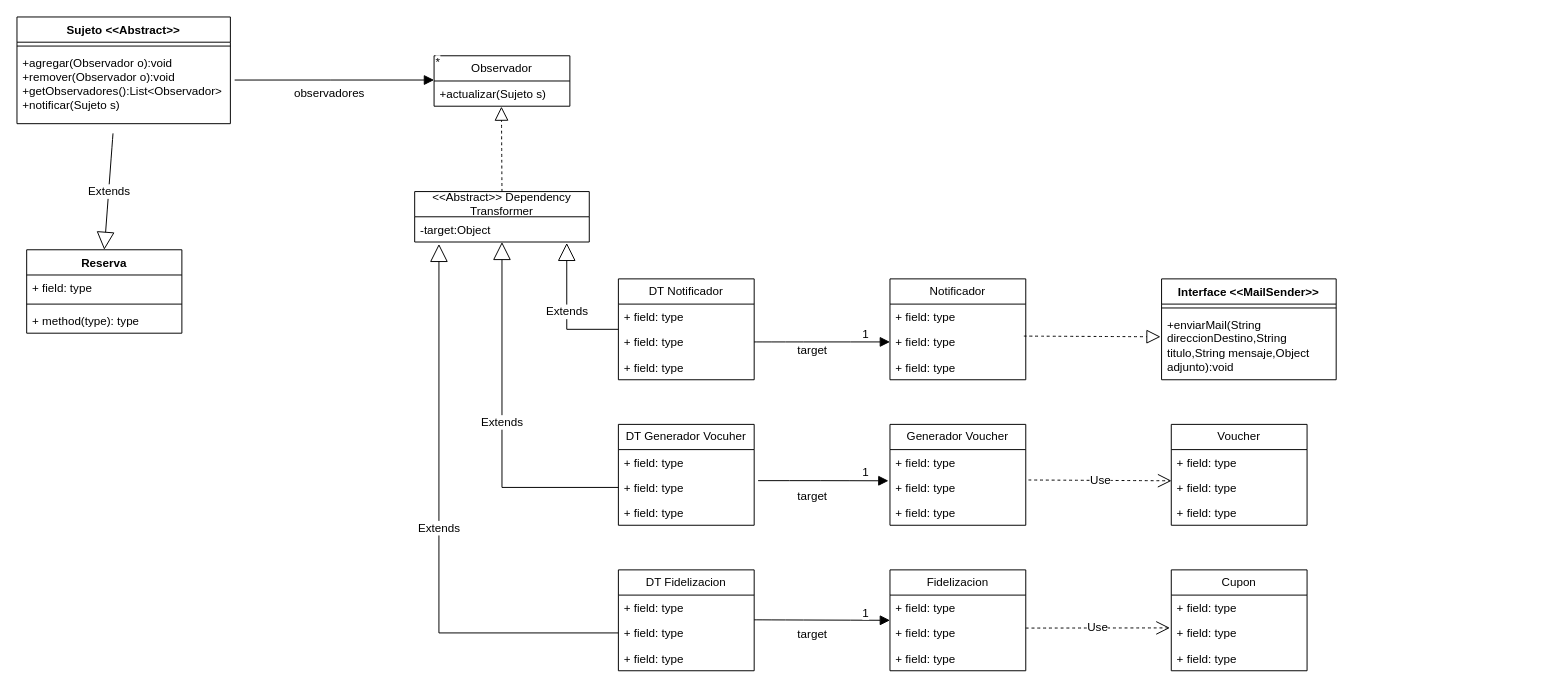
The draw.io diagram UML/2.5 notificaciones de la reserva.drawio in MartinianoOliveto/po2-integrador, before the edit. Source tidied: cells renumbered, new cells numbered last; positions are measured from the earlier drawing's top-left corner, leaving out a move shared by most shapes. Both pictures are drawn from the tidied source at 97%, with x=0, y=0 at pixel (16, 16).
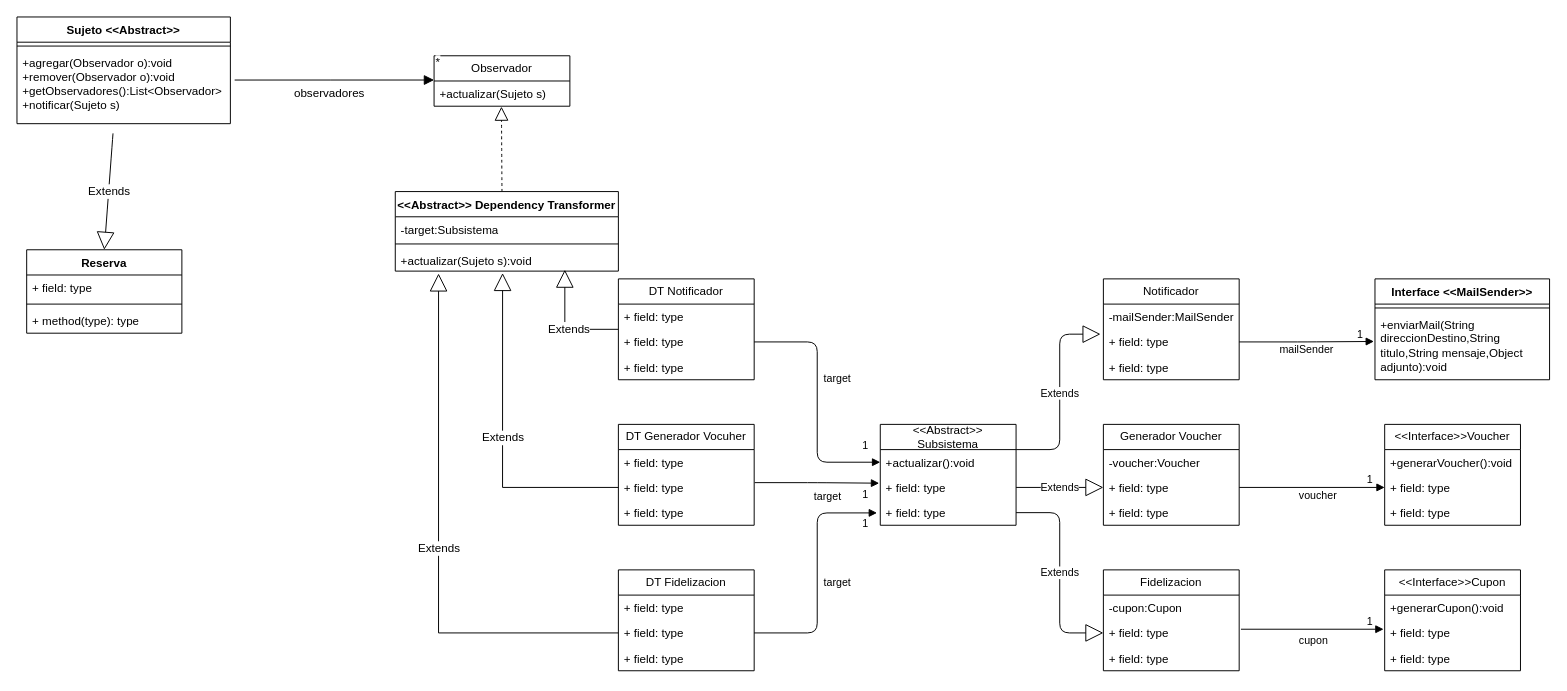
The same diagram, later.

Commit message:
mas refactor uml

Unchanged cells that the change refers to:
```xml
<mxCell id="11" value="+actualizar(Sujeto s)" style="text;strokeColor=none;fillColor=none;align=left;verticalAlign=top;spacingLeft=4;spacingRight=4;overflow=hidden;points=[[0,0.5],[1,0.5]];portConstraint=eastwest;whiteSpace=wrap;html=1;" parent="10" vertex="1">
  <mxGeometry y="26" width="140" height="26" as="geometry" />
</mxCell>
<mxCell id="17" value="DT Notificador" style="swimlane;fontStyle=0;horizontal=1;startSize=26;fillColor=none;whiteSpace=wrap;html=1;" parent="1" vertex="1">
  <mxGeometry x="620" y="270" width="140" height="104" as="geometry" />
</mxCell>
<mxCell id="19" value="+ field: type" style="text;strokeColor=none;fillColor=none;align=left;verticalAlign=top;spacingLeft=4;spacingRight=4;overflow=hidden;points=[[0,0.5],[1,0.5]];portConstraint=eastwest;whiteSpace=wrap;html=1;" parent="17" vertex="1">
  <mxGeometry y="52" width="140" height="26" as="geometry" />
</mxCell>
<mxCell id="23" value="+ field: type" style="text;strokeColor=none;fillColor=none;align=left;verticalAlign=top;spacingLeft=4;spacingRight=4;overflow=hidden;points=[[0,0.5],[1,0.5]];portConstraint=eastwest;whiteSpace=wrap;html=1;" parent="21" vertex="1">
  <mxGeometry y="52" width="140" height="26" as="geometry" />
</mxCell>
<mxCell id="27" value="+ field: type" style="text;strokeColor=none;fillColor=none;align=left;verticalAlign=top;spacingLeft=4;spacingRight=4;overflow=hidden;points=[[0,0.5],[1,0.5]];portConstraint=eastwest;whiteSpace=wrap;html=1;" parent="25" vertex="1">
  <mxGeometry y="52" width="140" height="26" as="geometry" />
</mxCell>
<mxCell id="34" value="+ field: type" style="text;strokeColor=none;fillColor=none;align=left;verticalAlign=top;spacingLeft=4;spacingRight=4;overflow=hidden;points=[[0,0.5],[1,0.5]];portConstraint=eastwest;whiteSpace=wrap;html=1;" parent="32" vertex="1">
  <mxGeometry y="52" width="140" height="26" as="geometry" />
</mxCell>
<mxCell id="38" value="+ field: type" style="text;strokeColor=none;fillColor=none;align=left;verticalAlign=top;spacingLeft=4;spacingRight=4;overflow=hidden;points=[[0,0.5],[1,0.5]];portConstraint=eastwest;whiteSpace=wrap;html=1;" parent="36" vertex="1">
  <mxGeometry y="52" width="140" height="26" as="geometry" />
</mxCell>
<mxCell id="42" value="+ field: type" style="text;strokeColor=none;fillColor=none;align=left;verticalAlign=top;spacingLeft=4;spacingRight=4;overflow=hidden;points=[[0,0.5],[1,0.5]];portConstraint=eastwest;whiteSpace=wrap;html=1;" parent="40" vertex="1">
  <mxGeometry y="52" width="140" height="26" as="geometry" />
</mxCell>
<mxCell id="52" value="+enviarMail(String direccionDestino,String titulo,String mensaje,Object adjunto):void" style="text;strokeColor=none;fillColor=none;align=left;verticalAlign=top;spacingLeft=4;spacingRight=4;overflow=hidden;points=[[0,0.5],[1,0.5]];portConstraint=eastwest;whiteSpace=wrap;html=1;" parent="50" vertex="1">
  <mxGeometry y="34" width="180" height="70" as="geometry" />
</mxCell>
<mxCell id="56" value="+ field: type" style="text;strokeColor=none;fillColor=none;align=left;verticalAlign=top;spacingLeft=4;spacingRight=4;overflow=hidden;points=[[0,0.5],[1,0.5]];portConstraint=eastwest;whiteSpace=wrap;html=1;" parent="54" vertex="1">
  <mxGeometry y="52" width="140" height="26" as="geometry" />
</mxCell>
<mxCell id="60" value="+ field: type" style="text;strokeColor=none;fillColor=none;align=left;verticalAlign=top;spacingLeft=4;spacingRight=4;overflow=hidden;points=[[0,0.5],[1,0.5]];portConstraint=eastwest;whiteSpace=wrap;html=1;" parent="58" vertex="1">
  <mxGeometry y="52" width="140" height="26" as="geometry" />
</mxCell>
```

What changed in the source:
```diff
@@
-    <mxCell id="14" value="&amp;lt;&amp;lt;Abstract&amp;gt;&amp;gt; Dependency Transformer" style="swimlane;fontStyle=0;horizontal=1;startSize=26;fillColor=none;whiteSpace=wrap;html=1;" parent="1" vertex="1">
-      <mxGeometry x="410" y="180" width="180" height="52" as="geometry" />
-    </mxCell>
-    <mxCell id="15" value="-target:Object" style="text;strokeColor=none;fillColor=none;align=left;verticalAlign=top;spacingLeft=4;spacingRight=4;overflow=hidden;points=[[0,0.5],[1,0.5]];portConstraint=eastwest;whiteSpace=wrap;html=1;" parent="14" vertex="1">
-      <mxGeometry y="26" width="180" height="26" as="geometry" />
-    </mxCell>
-    <mxCell id="16" style="endArrow=block;dashed=1;endFill=0;endSize=12;html=1;rounded=0;fontSize=12;defaultLabelBackgroundColor=page;curved=1;entryX=0.496;entryY=1.016;entryDx=0;entryDy=0;entryPerimeter=0;exitX=0.5;exitY=0;exitDx=0;exitDy=0;" parent="1" edge="1" source="14" target="11">
-      <mxGeometry relative="1" as="geometry" />
+    <mxCell id="16" style="endArrow=block;dashed=1;endFill=0;endSize=12;html=1;rounded=0;fontSize=12;defaultLabelBackgroundColor=page;curved=1;entryX=0.496;entryY=1.016;entryDx=0;entryDy=0;entryPerimeter=0;exitX=0.5;exitY=0;exitDx=0;exitDy=0;" parent="1" edge="1" target="11">
+      <mxGeometry relative="1" as="geometry">
+        <mxPoint x="500" y="180" as="sourcePoint" />
+      </mxGeometry>
     </mxCell>
@@
-    <mxCell id="29" value="Extends" style="endArrow=block;endSize=16;endFill=0;html=1;rounded=0;fontSize=12;defaultLabelBackgroundColor=page;exitX=0;exitY=0.5;exitDx=0;exitDy=0;edgeStyle=orthogonalEdgeStyle;libavoidRouting=1;entryX=0.871;entryY=1.037;entryDx=0;entryDy=0;entryPerimeter=0;" parent="1" edge="1" source="17" target="15">
-      <mxGeometry relative="1" as="geometry">
+    <mxCell id="29" value="Extends" style="endArrow=block;endSize=16;endFill=0;html=1;rounded=0;fontSize=12;defaultLabelBackgroundColor=page;exitX=0;exitY=0.5;exitDx=0;exitDy=0;edgeStyle=orthogonalEdgeStyle;libavoidRouting=1;entryX=0.76;entryY=0.94;entryDx=0;entryDy=0;entryPerimeter=0;" parent="1" edge="1" source="17" target="79">
+      <mxGeometry x="-0.13" relative="1" as="geometry">
         <Array as="points">
-          <mxPoint x="566.8" y="322" />
+          <mxPoint x="564.8" y="322" />
         </Array>
       </mxGeometry>
     </mxCell>
-    <mxCell id="30" value="Extends" style="endArrow=block;endSize=16;endFill=0;html=1;rounded=0;fontSize=12;defaultLabelBackgroundColor=page;entryX=0.5;entryY=1;entryDx=0;entryDy=0;exitX=0;exitY=0.5;exitDx=0;exitDy=0;edgeStyle=orthogonalEdgeStyle;libavoidRouting=1;" parent="1" edge="1" source="23" target="14">
+    <mxCell id="30" value="Extends" style="endArrow=block;endSize=16;endFill=0;html=1;rounded=0;fontSize=12;defaultLabelBackgroundColor=page;entryX=0.481;entryY=1.082;entryDx=0;entryDy=0;exitX=0;exitY=0.5;exitDx=0;exitDy=0;edgeStyle=orthogonalEdgeStyle;libavoidRouting=1;entryPerimeter=0;" parent="1" edge="1" source="23" target="79">
       <mxGeometry relative="1" as="geometry">
         <Array as="points">
-          <mxPoint x="500" y="485" />
+          <mxPoint x="500.6" y="485" />
         </Array>
       </mxGeometry>
     </mxCell>
-    <mxCell id="31" value="Extends" style="endArrow=block;endSize=16;endFill=0;html=1;rounded=0;fontSize=12;defaultLabelBackgroundColor=page;exitX=0;exitY=0.5;exitDx=0;exitDy=0;entryX=0.139;entryY=1.077;entryDx=0;entryDy=0;entryPerimeter=0;edgeStyle=orthogonalEdgeStyle;libavoidRouting=1;" parent="1" edge="1" source="27" target="15">
-      <mxGeometry relative="1" as="geometry">
+    <mxCell id="31" value="Extends" style="endArrow=block;endSize=16;endFill=0;html=1;rounded=0;fontSize=12;defaultLabelBackgroundColor=page;exitX=0;exitY=0.5;exitDx=0;exitDy=0;entryX=0.194;entryY=1.102;entryDx=0;entryDy=0;entryPerimeter=0;edgeStyle=orthogonalEdgeStyle;libavoidRouting=1;" parent="1" edge="1" source="27" target="79">
+      <mxGeometry x="-0.02" relative="1" as="geometry">
         <Array as="points">
-          <mxPoint x="435" y="635" />
+          <mxPoint x="434.6" y="635" />
         </Array>
       </mxGeometry>
     </mxCell>
     <mxCell id="32" value="Notificador" style="swimlane;fontStyle=0;horizontal=1;startSize=26;fillColor=none;whiteSpace=wrap;html=1;" parent="1" vertex="1">
-      <mxGeometry x="900" y="270" width="140" height="104" as="geometry" />
+      <mxGeometry x="1120" y="270" width="140" height="104" as="geometry" />
     </mxCell>
-    <mxCell id="33" value="+ field: type" style="text;strokeColor=none;fillColor=none;align=left;verticalAlign=top;spacingLeft=4;spacingRight=4;overflow=hidden;points=[[0,0.5],[1,0.5]];portConstraint=eastwest;whiteSpace=wrap;html=1;" parent="32" vertex="1">
+    <mxCell id="33" value="-mailSender:MailSender" style="text;strokeColor=none;fillColor=none;align=left;verticalAlign=top;spacingLeft=4;spacingRight=4;overflow=hidden;points=[[0,0.5],[1,0.5]];portConstraint=eastwest;whiteSpace=wrap;html=1;" parent="32" vertex="1">
       <mxGeometry y="26" width="140" height="26" as="geometry" />
     </mxCell>
@@
     <mxCell id="36" value="Generador Voucher" style="swimlane;fontStyle=0;horizontal=1;startSize=26;fillColor=none;whiteSpace=wrap;html=1;" parent="1" vertex="1">
-      <mxGeometry x="900" y="420" width="140" height="104" as="geometry" />
+      <mxGeometry x="1120" y="420" width="140" height="104" as="geometry" />
     </mxCell>
-    <mxCell id="37" value="+ field: type" style="text;strokeColor=none;fillColor=none;align=left;verticalAlign=top;spacingLeft=4;spacingRight=4;overflow=hidden;whiteSpace=wrap;html=1;" parent="36" vertex="1">
+    <mxCell id="37" value="-voucher:Voucher" style="text;strokeColor=none;fillColor=none;align=left;verticalAlign=top;spacingLeft=4;spacingRight=4;overflow=hidden;whiteSpace=wrap;html=1;" parent="36" vertex="1">
       <mxGeometry y="26" width="140" height="26" as="geometry" />
     </mxCell>
@@
     <mxCell id="40" value="Fidelizacion" style="swimlane;fontStyle=0;horizontal=1;startSize=26;fillColor=none;whiteSpace=wrap;html=1;" parent="1" vertex="1">
-      <mxGeometry x="900" y="570" width="140" height="104" as="geometry" />
+      <mxGeometry x="1120" y="570" width="140" height="104" as="geometry" />
     </mxCell>
-    <mxCell id="41" value="+ field: type" style="text;strokeColor=none;fillColor=none;align=left;verticalAlign=top;spacingLeft=4;spacingRight=4;overflow=hidden;whiteSpace=wrap;html=1;" parent="40" vertex="1">
+    <mxCell id="41" value="-cupon:Cupon" style="text;strokeColor=none;fillColor=none;align=left;verticalAlign=top;spacingLeft=4;spacingRight=4;overflow=hidden;whiteSpace=wrap;html=1;" parent="40" vertex="1">
       <mxGeometry y="26" width="140" height="26" as="geometry" />
     </mxCell>
@@
-    <mxCell id="44" value="target" style="endArrow=block;endFill=1;html=1;edgeStyle=orthogonalEdgeStyle;align=left;verticalAlign=top;rounded=0;fontSize=12;defaultLabelBackgroundColor=page;startSize=8;endSize=8;curved=1;exitX=1;exitY=0.5;exitDx=0;exitDy=0;entryX=0;entryY=0.5;entryDx=0;entryDy=0;" parent="1" edge="1" source="19" target="34">
-      <mxGeometry x="-0.38" y="5" relative="1" as="geometry" />
-    </mxCell>
-    <mxCell id="45" value="1" style="edgeLabel;html=1;align=left;verticalAlign=bottom;inheritText=1;fontSize=12;defaultLabelBackgroundColor=page;" parent="44" vertex="1">
-      <mxGeometry x="-1" relative="1" as="geometry">
-        <mxPoint x="110" as="offset" />
-      </mxGeometry>
-    </mxCell>
-    <mxCell id="46" value="target" style="endArrow=block;endFill=1;html=1;edgeStyle=orthogonalEdgeStyle;align=left;verticalAlign=top;rounded=0;fontSize=12;defaultLabelBackgroundColor=page;startSize=8;endSize=8;curved=1;exitX=1.029;exitY=0.231;exitDx=0;exitDy=0;exitPerimeter=0;entryX=-0.011;entryY=0.237;entryDx=0;entryDy=0;entryPerimeter=0;" parent="1" edge="1" source="23" target="38">
-      <mxGeometry x="-0.42" y="-2" relative="1" as="geometry" />
-    </mxCell>
-    <mxCell id="47" value="1" style="edgeLabel;html=1;align=left;verticalAlign=bottom;inheritText=1;fontSize=12;defaultLabelBackgroundColor=page;" parent="46" vertex="1">
-      <mxGeometry x="-1" relative="1" as="geometry">
-        <mxPoint x="106" as="offset" />
-      </mxGeometry>
-    </mxCell>
-    <mxCell id="48" value="target&lt;div&gt;&lt;br&gt;&lt;/div&gt;" style="endArrow=block;endFill=1;html=1;edgeStyle=orthogonalEdgeStyle;align=left;verticalAlign=top;rounded=0;fontSize=12;defaultLabelBackgroundColor=page;startSize=8;endSize=8;curved=1;entryX=0;entryY=0.5;entryDx=0;entryDy=0;" parent="1" edge="1" target="40">
-      <mxGeometry x="-0.39" y="-1" relative="1" as="geometry">
-        <mxPoint x="760" y="621.5" as="sourcePoint" />
-      </mxGeometry>
-    </mxCell>
-    <mxCell id="49" value="1" style="edgeLabel;html=1;align=left;verticalAlign=bottom;inheritText=1;fontSize=12;defaultLabelBackgroundColor=page;" parent="48" vertex="1">
-      <mxGeometry x="-1" relative="1" as="geometry">
-        <mxPoint x="110" y="1" as="offset" />
-      </mxGeometry>
-    </mxCell>
     <mxCell id="50" value="Interface &amp;lt;&amp;lt;MailSender&amp;gt;&amp;gt;" style="swimlane;fontStyle=1;align=center;verticalAlign=top;horizontal=1;startSize=26;whiteSpace=wrap;html=1;" parent="1" vertex="1">
-      <mxGeometry x="1180" y="270" width="180" height="104" as="geometry" />
+      <mxGeometry x="1400" y="270" width="180" height="104" as="geometry" />
     </mxCell>
@@
-    <mxCell id="53" style="endArrow=block;dashed=1;endFill=0;endSize=12;html=1;rounded=0;fontSize=12;defaultLabelBackgroundColor=page;curved=1;entryX=-0.006;entryY=0.367;entryDx=0;entryDy=0;entryPerimeter=0;exitX=0.986;exitY=0.269;exitDx=0;exitDy=0;exitPerimeter=0;" parent="1" edge="1" source="34" target="52">
-      <mxGeometry relative="1" as="geometry" />
-    </mxCell>
-    <mxCell id="54" value="Voucher" style="swimlane;fontStyle=0;horizontal=1;startSize=26;fillColor=none;whiteSpace=wrap;html=1;" parent="1" vertex="1">
-      <mxGeometry x="1190" y="420" width="140" height="104" as="geometry" />
+    <mxCell id="54" value="&amp;lt;&amp;lt;Interface&amp;gt;&amp;gt;Voucher" style="swimlane;fontStyle=0;horizontal=1;startSize=26;fillColor=none;whiteSpace=wrap;html=1;" parent="1" vertex="1">
+      <mxGeometry x="1410" y="420" width="140" height="104" as="geometry" />
     </mxCell>
-    <mxCell id="55" value="+ field: type" style="text;strokeColor=none;fillColor=none;align=left;verticalAlign=top;spacingLeft=4;spacingRight=4;overflow=hidden;whiteSpace=wrap;html=1;" parent="54" vertex="1">
+    <mxCell id="55" value="+generarVoucher():void" style="text;strokeColor=none;fillColor=none;align=left;verticalAlign=top;spacingLeft=4;spacingRight=4;overflow=hidden;whiteSpace=wrap;html=1;" parent="54" vertex="1">
       <mxGeometry y="26" width="140" height="26" as="geometry" />
     </mxCell>
@@
-    <mxCell id="58" value="Cupon" style="swimlane;fontStyle=0;horizontal=1;startSize=26;fillColor=none;whiteSpace=wrap;html=1;" parent="1" vertex="1">
-      <mxGeometry x="1190" y="570" width="140" height="104" as="geometry" />
+    <mxCell id="58" value="&amp;lt;&amp;lt;Interface&amp;gt;&amp;gt;Cupon" style="swimlane;fontStyle=0;horizontal=1;startSize=26;fillColor=none;whiteSpace=wrap;html=1;" parent="1" vertex="1">
+      <mxGeometry x="1410" y="570" width="140" height="104" as="geometry" />
     </mxCell>
-    <mxCell id="59" value="+ field: type" style="text;strokeColor=none;fillColor=none;align=left;verticalAlign=top;spacingLeft=4;spacingRight=4;overflow=hidden;whiteSpace=wrap;html=1;" parent="58" vertex="1">
+    <mxCell id="59" value="+generarCupon():void" style="text;strokeColor=none;fillColor=none;align=left;verticalAlign=top;spacingLeft=4;spacingRight=4;overflow=hidden;whiteSpace=wrap;html=1;" parent="58" vertex="1">
       <mxGeometry y="26" width="140" height="26" as="geometry" />
     </mxCell>
@@
+    <mxCell id="64" value="&amp;lt;&amp;lt;Abstract&amp;gt;&amp;gt; Subsistema" style="swimlane;fontStyle=0;horizontal=1;startSize=26;fillColor=none;whiteSpace=wrap;html=1;" parent="1" vertex="1">
+      <mxGeometry x="890" y="420" width="140" height="104" as="geometry" />
+    </mxCell>
+    <mxCell id="65" value="+actualizar():void" style="text;strokeColor=none;fillColor=none;align=left;verticalAlign=top;spacingLeft=4;spacingRight=4;overflow=hidden;points=[[0,0.5],[1,0.5]];portConstraint=eastwest;whiteSpace=wrap;html=1;" parent="64" vertex="1">
+      <mxGeometry y="26" width="140" height="26" as="geometry" />
+    </mxCell>
+    <mxCell id="66" value="+ field: type" style="text;strokeColor=none;fillColor=none;align=left;verticalAlign=top;spacingLeft=4;spacingRight=4;overflow=hidden;points=[[0,0.5],[1,0.5]];portConstraint=eastwest;whiteSpace=wrap;html=1;" parent="64" vertex="1">
+      <mxGeometry y="52" width="140" height="26" as="geometry" />
+    </mxCell>
+    <mxCell id="67" value="+ field: type" style="text;strokeColor=none;fillColor=none;align=left;verticalAlign=top;spacingLeft=4;spacingRight=4;overflow=hidden;points=[[0,0.5],[1,0.5]];portConstraint=eastwest;whiteSpace=wrap;html=1;" parent="64" vertex="1">
+      <mxGeometry y="78" width="140" height="26" as="geometry" />
+    </mxCell>
+    <mxCell id="68" value="target" style="endArrow=block;endFill=1;html=1;edgeStyle=orthogonalEdgeStyle;align=left;verticalAlign=top;exitX=1;exitY=0.5;exitDx=0;exitDy=0;entryX=0;entryY=0.5;entryDx=0;entryDy=0;" parent="1" edge="1" source="19" target="65">
+      <mxGeometry x="-0.29" y="5" relative="1" as="geometry" />
+    </mxCell>
+    <mxCell id="69" value="1" style="edgeLabel;html=1;align=left;verticalAlign=bottom;" parent="68" vertex="1">
+      <mxGeometry x="-1" relative="1" as="geometry">
+        <mxPoint x="110" y="115" as="offset" />
+      </mxGeometry>
+    </mxCell>
+    <mxCell id="70" value="target" style="endArrow=block;endFill=1;html=1;edgeStyle=orthogonalEdgeStyle;align=left;verticalAlign=top;exitX=1.004;exitY=0.31;exitDx=0;exitDy=0;exitPerimeter=0;entryX=-0.008;entryY=0.332;entryDx=0;entryDy=0;entryPerimeter=0;" parent="1" edge="1" source="23" target="66">
+      <mxGeometry x="-0.08" y="-1" relative="1" as="geometry" />
+    </mxCell>
+    <mxCell id="71" value="1" style="edgeLabel;html=1;align=left;verticalAlign=bottom;" parent="70" vertex="1">
+      <mxGeometry x="-1" relative="1" as="geometry">
+        <mxPoint x="109" y="20" as="offset" />
+      </mxGeometry>
+    </mxCell>
+    <mxCell id="72" value="target" style="endArrow=block;endFill=1;html=1;edgeStyle=orthogonalEdgeStyle;align=left;verticalAlign=top;exitX=1;exitY=0.5;exitDx=0;exitDy=0;entryX=-0.024;entryY=0.51;entryDx=0;entryDy=0;entryPerimeter=0;" parent="1" edge="1" source="27" target="67">
+      <mxGeometry x="0.04" y="-5" relative="1" as="geometry" />
+    </mxCell>
+    <mxCell id="73" value="1" style="edgeLabel;html=1;align=left;verticalAlign=bottom;" parent="72" vertex="1">
+      <mxGeometry x="-1" relative="1" as="geometry">
+        <mxPoint x="110" y="-105" as="offset" />
+      </mxGeometry>
+    </mxCell>
+    <mxCell id="74" value="Extends" style="endArrow=block;endSize=16;endFill=0;html=1;exitX=1;exitY=0.25;exitDx=0;exitDy=0;entryX=-0.021;entryY=1.192;entryDx=0;entryDy=0;entryPerimeter=0;edgeStyle=orthogonalEdgeStyle;" parent="1" edge="1" source="64" target="33">
+      <mxGeometry relative="1" as="geometry" />
+    </mxCell>
+    <mxCell id="75" value="Extends" style="endArrow=block;endSize=16;endFill=0;html=1;exitX=1;exitY=0.5;exitDx=0;exitDy=0;entryX=0;entryY=0.5;entryDx=0;entryDy=0;" parent="1" edge="1" source="66" target="38">
+      <mxGeometry relative="1" as="geometry" />
+    </mxCell>
+    <mxCell id="76" value="Extends" style="endArrow=block;endSize=16;endFill=0;html=1;exitX=1;exitY=0.5;exitDx=0;exitDy=0;entryX=0;entryY=0.5;entryDx=0;entryDy=0;edgeStyle=orthogonalEdgeStyle;" parent="1" edge="1" source="67" target="42">
+      <mxGeometry relative="1" as="geometry" />
+    </mxCell>
+    <mxCell id="14" value="&amp;lt;&amp;lt;Abstract&amp;gt;&amp;gt; Dependency Transformer" style="swimlane;fontStyle=1;align=center;verticalAlign=top;horizontal=1;startSize=26;whiteSpace=wrap;html=1;" parent="1" vertex="1">
+      <mxGeometry x="390" y="180" width="230" height="82" as="geometry" />
+    </mxCell>
+    <mxCell id="77" value="-target:Subsistema" style="text;strokeColor=none;fillColor=none;align=left;verticalAlign=top;spacingLeft=4;spacingRight=4;overflow=hidden;whiteSpace=wrap;html=1;" parent="14" vertex="1">
+      <mxGeometry y="26" width="230" height="24" as="geometry" />
+    </mxCell>
+    <mxCell id="78" style="line;strokeWidth=1;fillColor=none;align=left;verticalAlign=middle;spacingTop=-1;spacingLeft=3;spacingRight=3;labelPosition=right;strokeColor=inherit;" parent="14" vertex="1">
+      <mxGeometry y="50" width="230" height="8" as="geometry" />
+    </mxCell>
+    <mxCell id="79" value="+actualizar(Sujeto s):void" style="text;strokeColor=none;fillColor=none;align=left;verticalAlign=top;spacingLeft=4;spacingRight=4;overflow=hidden;points=[[0,0.5],[1,0.5]];portConstraint=eastwest;whiteSpace=wrap;html=1;" parent="14" vertex="1">
+      <mxGeometry y="58" width="230" height="24" as="geometry" />
+    </mxCell>
-    <mxCell id="62" value="Use" style="endArrow=open;endSize=12;dashed=1;html=1;rounded=0;fontSize=12;defaultLabelBackgroundColor=page;curved=1;exitX=1.02;exitY=0.205;exitDx=0;exitDy=0;exitPerimeter=0;entryX=0.002;entryY=0.237;entryDx=0;entryDy=0;entryPerimeter=0;" parent="1" edge="1" source="38" target="56">
-      <mxGeometry relative="1" as="geometry" />
+    <mxCell id="62" value="voucher" style="endArrow=block;endFill=1;html=1;edgeStyle=orthogonalEdgeStyle;align=left;verticalAlign=top;exitX=1;exitY=0.5;exitDx=0;exitDy=0;entryX=0;entryY=0.5;entryDx=0;entryDy=0;" parent="1" edge="1" source="38" target="56">
+      <mxGeometry x="-0.2" y="5" relative="1" as="geometry" />
     </mxCell>
-    <mxCell id="63" value="Use" style="endArrow=open;endSize=12;dashed=1;html=1;rounded=0;fontSize=12;defaultLabelBackgroundColor=page;curved=1;entryX=-0.01;entryY=0.301;entryDx=0;entryDy=0;entryPerimeter=0;" parent="1" edge="1" target="60">
-      <mxGeometry relative="1" as="geometry">
-        <mxPoint x="1040" y="630" as="sourcePoint" />
-      </mxGeometry>
-    </mxCell>
+    <mxCell id="80" value="1" style="edgeLabel;html=1;align=left;verticalAlign=bottom;" parent="62" vertex="1">
+      <mxGeometry x="-1" relative="1" as="geometry">
+        <mxPoint x="130" as="offset" />
+      </mxGeometry>
+    </mxCell>
+    <mxCell id="81" value="cupon" style="endArrow=block;endFill=1;html=1;edgeStyle=orthogonalEdgeStyle;align=left;verticalAlign=top;exitX=1.013;exitY=0.353;exitDx=0;exitDy=0;exitPerimeter=0;entryX=-0.008;entryY=0.353;entryDx=0;entryDy=0;entryPerimeter=0;" parent="1" edge="1" source="42" target="60">
+      <mxGeometry x="-0.21" y="1" relative="1" as="geometry" />
+    </mxCell>
+    <mxCell id="82" value="1" style="edgeLabel;html=1;align=left;verticalAlign=bottom;" parent="81" vertex="1">
+      <mxGeometry x="-1" relative="1" as="geometry">
+        <mxPoint x="128" as="offset" />
+      </mxGeometry>
+    </mxCell>
+    <mxCell id="53" value="mailSender" style="endArrow=block;endFill=1;html=1;edgeStyle=orthogonalEdgeStyle;align=left;verticalAlign=top;exitX=1;exitY=0.5;exitDx=0;exitDy=0;entryX=-0.006;entryY=0.436;entryDx=0;entryDy=0;entryPerimeter=0;" parent="1" edge="1" source="34" target="52">
+      <mxGeometry x="-0.43" y="5" relative="1" as="geometry" />
+    </mxCell>
+    <mxCell id="83" value="1" style="edgeLabel;html=1;align=left;verticalAlign=bottom;" parent="53" vertex="1">
+      <mxGeometry x="-1" relative="1" as="geometry">
+        <mxPoint x="120" as="offset" />
+      </mxGeometry>
+    </mxCell>
```
